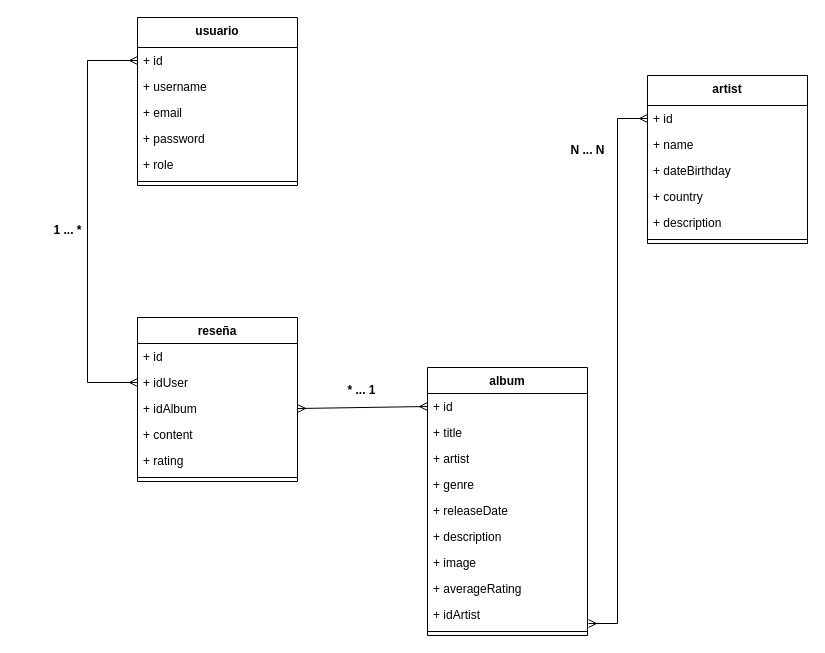
Before: docs/MODELO_DE_DOMINIO.drawio in TPI-TUP/VinyLog, a draw.io diagram. Source tidied: cells renumbered, new cells numbered last; positions are measured from the earlier drawing's top-left corner, leaving out a move shared by most shapes. Both pictures are drawn from the tidied source at 100%, with x=0, y=0 at pixel (27, 17).
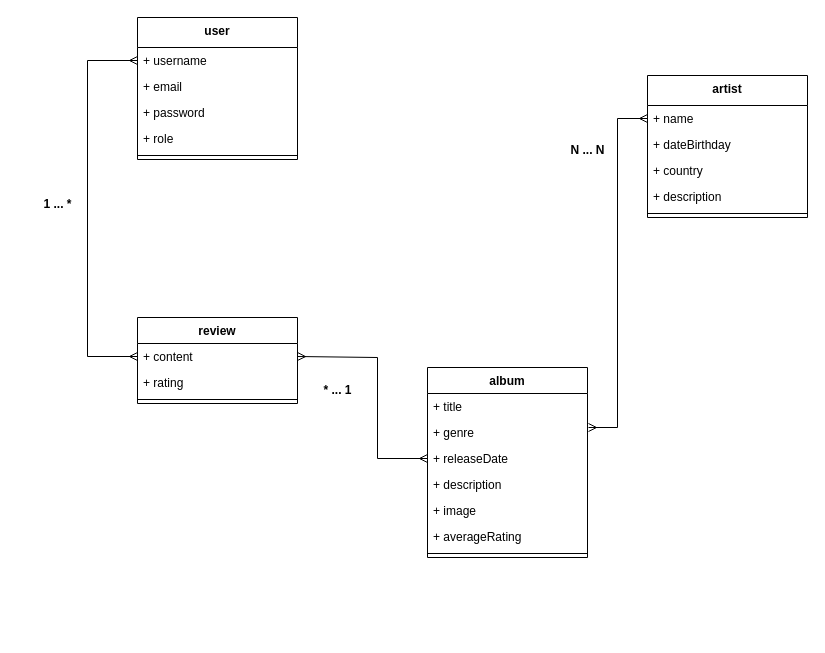
The same diagram, later.

Commit message:
actualizo y corrijo el modelo de dominio

Diff of the diagram source:
```diff
@@
-    <mxCell id="2" value="reseña" style="swimlane;fontStyle=1;align=center;verticalAlign=top;horizontal=1;startSize=26;whiteSpace=wrap;html=1;" parent="1" vertex="1">
-      <mxGeometry x="110" y="300" width="160" height="164" as="geometry" />
+    <mxCell id="2" value="review" style="swimlane;fontStyle=1;align=center;verticalAlign=top;horizontal=1;startSize=26;whiteSpace=wrap;html=1;" parent="1" vertex="1">
+      <mxGeometry x="110" y="300" width="160" height="86" as="geometry" />
     </mxCell>
-    <mxCell id="3" value="+ id" style="text;strokeColor=none;fillColor=none;align=left;verticalAlign=top;spacingLeft=4;spacingRight=4;overflow=hidden;whiteSpace=wrap;html=1;" parent="2" vertex="1">
-      <mxGeometry y="26" width="160" height="26" as="geometry" />
-    </mxCell>
-    <mxCell id="4" value="+ idUser" style="text;strokeColor=none;fillColor=none;align=left;verticalAlign=top;spacingLeft=4;spacingRight=4;overflow=hidden;points=[[0,0.5],[1,0.5]];portConstraint=eastwest;whiteSpace=wrap;html=1;" parent="2" vertex="1">
-      <mxGeometry y="52" width="160" height="26" as="geometry" />
-    </mxCell>
-    <mxCell id="5" value="+ idAlbum" style="text;strokeColor=none;fillColor=none;align=left;verticalAlign=top;spacingLeft=4;spacingRight=4;overflow=hidden;points=[[0,0.5],[1,0.5]];portConstraint=eastwest;whiteSpace=wrap;html=1;" parent="2" vertex="1">
-      <mxGeometry y="78" width="160" height="26" as="geometry" />
-    </mxCell>
     <mxCell id="6" value="+ content" style="text;strokeColor=none;fillColor=none;align=left;verticalAlign=top;spacingLeft=4;spacingRight=4;overflow=hidden;whiteSpace=wrap;html=1;" parent="2" vertex="1">
-      <mxGeometry y="104" width="160" height="26" as="geometry" />
+      <mxGeometry y="26" width="160" height="26" as="geometry" />
     </mxCell>
     <mxCell id="7" value="+ rating" style="text;strokeColor=none;fillColor=none;align=left;verticalAlign=top;spacingLeft=4;spacingRight=4;overflow=hidden;whiteSpace=wrap;html=1;" parent="2" vertex="1">
-      <mxGeometry y="130" width="160" height="26" as="geometry" />
+      <mxGeometry y="52" width="160" height="26" as="geometry" />
     </mxCell>
     <mxCell id="8" style="line;strokeWidth=1;fillColor=none;align=left;verticalAlign=middle;spacingTop=-1;spacingLeft=3;spacingRight=3;labelPosition=right;strokeColor=inherit;" parent="2" vertex="1">
-      <mxGeometry y="156" width="160" height="8" as="geometry" />
+      <mxGeometry y="78" width="160" height="8" as="geometry" />
     </mxCell>
-    <mxCell id="9" value="usuario" style="swimlane;fontStyle=1;align=center;verticalAlign=top;horizontal=1;startSize=30;whiteSpace=wrap;html=1;" parent="1" vertex="1">
-      <mxGeometry x="110" width="160" height="168" as="geometry" />
+    <mxCell id="9" value="user" style="swimlane;fontStyle=1;align=center;verticalAlign=top;horizontal=1;startSize=30;whiteSpace=wrap;html=1;" parent="1" vertex="1">
+      <mxGeometry x="110" width="160" height="142" as="geometry" />
     </mxCell>
-    <mxCell id="10" value="+ id" style="text;strokeColor=none;fillColor=none;align=left;verticalAlign=top;spacingLeft=4;spacingRight=4;overflow=hidden;points=[[0,0.5],[1,0.5]];portConstraint=eastwest;whiteSpace=wrap;html=1;" parent="9" vertex="1">
-      <mxGeometry y="30" width="160" height="26" as="geometry" />
-    </mxCell>
     <mxCell id="11" value="+ username" style="text;strokeColor=none;fillColor=none;align=left;verticalAlign=top;spacingLeft=4;spacingRight=4;overflow=hidden;whiteSpace=wrap;html=1;" parent="9" vertex="1">
-      <mxGeometry y="56" width="160" height="26" as="geometry" />
+      <mxGeometry y="30" width="160" height="26" as="geometry" />
     </mxCell>
     <mxCell id="12" value="+ email" style="text;strokeColor=none;fillColor=none;align=left;verticalAlign=top;spacingLeft=4;spacingRight=4;overflow=hidden;whiteSpace=wrap;html=1;" parent="9" vertex="1">
-      <mxGeometry y="82" width="160" height="26" as="geometry" />
+      <mxGeometry y="56" width="160" height="26" as="geometry" />
     </mxCell>
     <mxCell id="13" value="+ password" style="text;strokeColor=none;fillColor=none;align=left;verticalAlign=top;spacingLeft=4;spacingRight=4;overflow=hidden;whiteSpace=wrap;html=1;" parent="9" vertex="1">
-      <mxGeometry y="108" width="160" height="26" as="geometry" />
+      <mxGeometry y="82" width="160" height="26" as="geometry" />
     </mxCell>
     <mxCell id="14" value="+ role" style="text;strokeColor=none;fillColor=none;align=left;verticalAlign=top;spacingLeft=4;spacingRight=4;overflow=hidden;whiteSpace=wrap;html=1;" parent="9" vertex="1">
-      <mxGeometry y="134" width="160" height="26" as="geometry" />
+      <mxGeometry y="108" width="160" height="26" as="geometry" />
     </mxCell>
     <mxCell id="15" style="line;strokeWidth=1;fillColor=none;align=left;verticalAlign=middle;spacingTop=-1;spacingLeft=3;spacingRight=3;labelPosition=right;strokeColor=inherit;" parent="9" vertex="1">
-      <mxGeometry y="160" width="160" height="8" as="geometry" />
+      <mxGeometry y="134" width="160" height="8" as="geometry" />
     </mxCell>
     <mxCell id="16" value="album&lt;div&gt;&lt;br&gt;&lt;/div&gt;" style="swimlane;fontStyle=1;align=center;verticalAlign=top;horizontal=1;startSize=26;whiteSpace=wrap;html=1;" parent="1" vertex="1">
-      <mxGeometry x="400" y="350" width="160" height="268" as="geometry" />
+      <mxGeometry x="400" y="350" width="160" height="190" as="geometry" />
     </mxCell>
-    <mxCell id="17" value="+ id" style="text;strokeColor=none;fillColor=none;align=left;verticalAlign=top;spacingLeft=4;spacingRight=4;overflow=hidden;points=[[0,0.5],[1,0.5]];portConstraint=eastwest;whiteSpace=wrap;html=1;" parent="16" vertex="1">
-      <mxGeometry y="26" width="160" height="26" as="geometry" />
-    </mxCell>
     <mxCell id="18" value="+ title" style="text;strokeColor=none;fillColor=none;align=left;verticalAlign=top;spacingLeft=4;spacingRight=4;overflow=hidden;whiteSpace=wrap;html=1;" parent="16" vertex="1">
-      <mxGeometry y="52" width="160" height="26" as="geometry" />
+      <mxGeometry y="26" width="160" height="26" as="geometry" />
     </mxCell>
-    <mxCell id="19" value="+ artist" style="text;strokeColor=none;fillColor=none;align=left;verticalAlign=top;spacingLeft=4;spacingRight=4;overflow=hidden;whiteSpace=wrap;html=1;" parent="16" vertex="1">
-      <mxGeometry y="78" width="160" height="26" as="geometry" />
-    </mxCell>
     <mxCell id="20" value="+ genre" style="text;strokeColor=none;fillColor=none;align=left;verticalAlign=top;spacingLeft=4;spacingRight=4;overflow=hidden;whiteSpace=wrap;html=1;" parent="16" vertex="1">
-      <mxGeometry y="104" width="160" height="26" as="geometry" />
+      <mxGeometry y="52" width="160" height="26" as="geometry" />
     </mxCell>
     <mxCell id="21" value="+ releaseDate" style="text;strokeColor=none;fillColor=none;align=left;verticalAlign=top;spacingLeft=4;spacingRight=4;overflow=hidden;points=[[0,0.5],[1,0.5]];portConstraint=eastwest;whiteSpace=wrap;html=1;" parent="16" vertex="1">
-      <mxGeometry y="130" width="160" height="26" as="geometry" />
+      <mxGeometry y="78" width="160" height="26" as="geometry" />
     </mxCell>
     <mxCell id="22" value="+ description" style="text;strokeColor=none;fillColor=none;align=left;verticalAlign=top;spacingLeft=4;spacingRight=4;overflow=hidden;whiteSpace=wrap;html=1;" parent="16" vertex="1">
-      <mxGeometry y="156" width="160" height="26" as="geometry" />
+      <mxGeometry y="104" width="160" height="26" as="geometry" />
     </mxCell>
     <mxCell id="23" value="+ image" style="text;strokeColor=none;fillColor=none;align=left;verticalAlign=top;spacingLeft=4;spacingRight=4;overflow=hidden;whiteSpace=wrap;html=1;" parent="16" vertex="1">
-      <mxGeometry y="182" width="160" height="26" as="geometry" />
+      <mxGeometry y="130" width="160" height="26" as="geometry" />
     </mxCell>
     <mxCell id="24" value="+ averageRating" style="text;strokeColor=none;fillColor=none;align=left;verticalAlign=top;spacingLeft=4;spacingRight=4;overflow=hidden;whiteSpace=wrap;html=1;" parent="16" vertex="1">
-      <mxGeometry y="208" width="160" height="26" as="geometry" />
+      <mxGeometry y="156" width="160" height="26" as="geometry" />
     </mxCell>
-    <mxCell id="25" value="+ idArtist" style="text;strokeColor=none;fillColor=none;align=left;verticalAlign=top;spacingLeft=4;spacingRight=4;overflow=hidden;points=[[0,0.5],[1,0.5]];portConstraint=eastwest;whiteSpace=wrap;html=1;" parent="16" vertex="1">
-      <mxGeometry y="234" width="160" height="26" as="geometry" />
-    </mxCell>
     <mxCell id="26" style="line;strokeWidth=1;fillColor=none;align=left;verticalAlign=middle;spacingTop=-1;spacingLeft=3;spacingRight=3;labelPosition=right;strokeColor=inherit;" parent="16" vertex="1">
-      <mxGeometry y="260" width="160" height="8" as="geometry" />
+      <mxGeometry y="182" width="160" height="8" as="geometry" />
     </mxCell>
-    <mxCell id="27" style="edgeStyle=orthogonalEdgeStyle;rounded=0;jettySize=auto;html=1;exitX=0;exitY=0.5;exitDx=0;exitDy=0;entryX=0;entryY=0.5;entryDx=0;entryDy=0;startArrow=ERmany;startFill=0;endArrow=ERmany;endFill=0;" parent="1" edge="1" source="4" target="10">
+    <mxCell id="27" style="edgeStyle=orthogonalEdgeStyle;rounded=0;orthogonalLoop=1;jettySize=auto;html=1;exitX=0;exitY=0.5;exitDx=0;exitDy=0;entryX=0;entryY=0.5;entryDx=0;entryDy=0;startArrow=ERmany;startFill=0;endArrow=ERmany;endFill=0;" parent="1" edge="1">
       <mxGeometry relative="1" as="geometry">
+        <mxPoint x="110" y="339" as="sourcePoint" />
+        <mxPoint x="110" y="43" as="targetPoint" />
         <Array as="points">
-          <mxPoint x="60" y="365" />
+          <mxPoint x="60" y="339" />
           <mxPoint x="60" y="43" />
         </Array>
       </mxGeometry>
     </mxCell>
-    <mxCell id="28" style="rounded=0;jettySize=auto;html=1;exitX=1;exitY=0.5;exitDx=0;exitDy=0;entryX=0;entryY=0.5;entryDx=0;entryDy=0;startArrow=ERmany;startFill=0;endArrow=ERmany;endFill=0;" parent="1" edge="1" source="5" target="17">
-      <mxGeometry relative="1" as="geometry" />
+    <mxCell id="28" style="rounded=0;jettySize=auto;html=1;exitX=1;exitY=0.5;exitDx=0;exitDy=0;entryX=0;entryY=0.5;entryDx=0;entryDy=0;startArrow=ERmany;startFill=0;endArrow=ERmany;endFill=0;" parent="1" edge="1" target="21">
+      <mxGeometry relative="1" as="geometry">
+        <mxPoint x="270" y="339" as="sourcePoint" />
+        <Array as="points">
+          <mxPoint x="350" y="340" />
+          <mxPoint x="350" y="441" />
+        </Array>
+      </mxGeometry>
     </mxCell>
     <mxCell id="29" value="* ... 1" style="text;align=center;fontStyle=1;verticalAlign=middle;spacingLeft=3;spacingRight=3;strokeColor=none;html=1;" parent="1" vertex="1">
-      <mxGeometry x="293.5" y="360" width="80" height="26" as="geometry" />
+      <mxGeometry x="270" y="360" width="80" height="26" as="geometry" />
     </mxCell>
     <mxCell id="30" value="1 ... *" style="text;align=center;fontStyle=1;verticalAlign=middle;spacingLeft=3;spacingRight=3;strokeColor=none;html=1;" parent="1" vertex="1">
-      <mxGeometry y="200" width="80" height="26" as="geometry" />
+      <mxGeometry x="-10" y="174" width="80" height="26" as="geometry" />
     </mxCell>
     <mxCell id="31" value="artist" style="swimlane;fontStyle=1;align=center;verticalAlign=top;horizontal=1;startSize=30;whiteSpace=wrap;html=1;" parent="1" vertex="1">
-      <mxGeometry x="620" y="58" width="160" height="168" as="geometry" />
+      <mxGeometry x="620" y="58" width="160" height="142" as="geometry" />
     </mxCell>
-    <mxCell id="32" value="+ id" style="text;strokeColor=none;fillColor=none;align=left;verticalAlign=top;spacingLeft=4;spacingRight=4;overflow=hidden;points=[[0,0.5],[1,0.5]];portConstraint=eastwest;whiteSpace=wrap;html=1;" parent="31" vertex="1">
-      <mxGeometry y="30" width="160" height="26" as="geometry" />
-    </mxCell>
     <mxCell id="33" value="+ name" style="text;strokeColor=none;fillColor=none;align=left;verticalAlign=top;spacingLeft=4;spacingRight=4;overflow=hidden;whiteSpace=wrap;html=1;" parent="31" vertex="1">
-      <mxGeometry y="56" width="160" height="26" as="geometry" />
+      <mxGeometry y="30" width="160" height="26" as="geometry" />
     </mxCell>
     <mxCell id="34" value="+ dateBirthday" style="text;strokeColor=none;fillColor=none;align=left;verticalAlign=top;spacingLeft=4;spacingRight=4;overflow=hidden;whiteSpace=wrap;html=1;" parent="31" vertex="1">
-      <mxGeometry y="82" width="160" height="26" as="geometry" />
+      <mxGeometry y="56" width="160" height="26" as="geometry" />
     </mxCell>
     <mxCell id="35" value="+ country" style="text;strokeColor=none;fillColor=none;align=left;verticalAlign=top;spacingLeft=4;spacingRight=4;overflow=hidden;whiteSpace=wrap;html=1;" parent="31" vertex="1">
-      <mxGeometry y="108" width="160" height="26" as="geometry" />
+      <mxGeometry y="82" width="160" height="26" as="geometry" />
     </mxCell>
     <mxCell id="36" value="+ description" style="text;strokeColor=none;fillColor=none;align=left;verticalAlign=top;spacingLeft=4;spacingRight=4;overflow=hidden;whiteSpace=wrap;html=1;" parent="31" vertex="1">
-      <mxGeometry y="134" width="160" height="26" as="geometry" />
+      <mxGeometry y="108" width="160" height="26" as="geometry" />
     </mxCell>
     <mxCell id="37" style="line;strokeWidth=1;fillColor=none;align=left;verticalAlign=middle;spacingTop=-1;spacingLeft=3;spacingRight=3;labelPosition=right;strokeColor=inherit;" parent="31" vertex="1">
-      <mxGeometry y="160" width="160" height="8" as="geometry" />
+      <mxGeometry y="134" width="160" height="8" as="geometry" />
     </mxCell>
-    <mxCell id="38" style="edgeStyle=orthogonalEdgeStyle;html=1;exitX=1.006;exitY=0.846;exitDx=0;exitDy=0;entryX=0;entryY=0.5;entryDx=0;entryDy=0;exitPerimeter=0;endArrow=ERmany;endFill=0;rounded=0;curved=0;startArrow=ERmany;startFill=0;" parent="1" edge="1" source="25" target="32">
-      <mxGeometry relative="1" as="geometry" />
+    <mxCell id="38" style="edgeStyle=orthogonalEdgeStyle;html=1;entryX=0;entryY=0.5;entryDx=0;entryDy=0;endArrow=ERmany;endFill=0;rounded=0;curved=0;startArrow=ERmany;startFill=0;" parent="1" edge="1">
+      <mxGeometry relative="1" as="geometry">
+        <mxPoint x="561" y="410" as="sourcePoint" />
+        <mxPoint x="620" y="101" as="targetPoint" />
+        <Array as="points">
+          <mxPoint x="561" y="410" />
+          <mxPoint x="590" y="410" />
+          <mxPoint x="590" y="101" />
+        </Array>
+      </mxGeometry>
     </mxCell>
```
